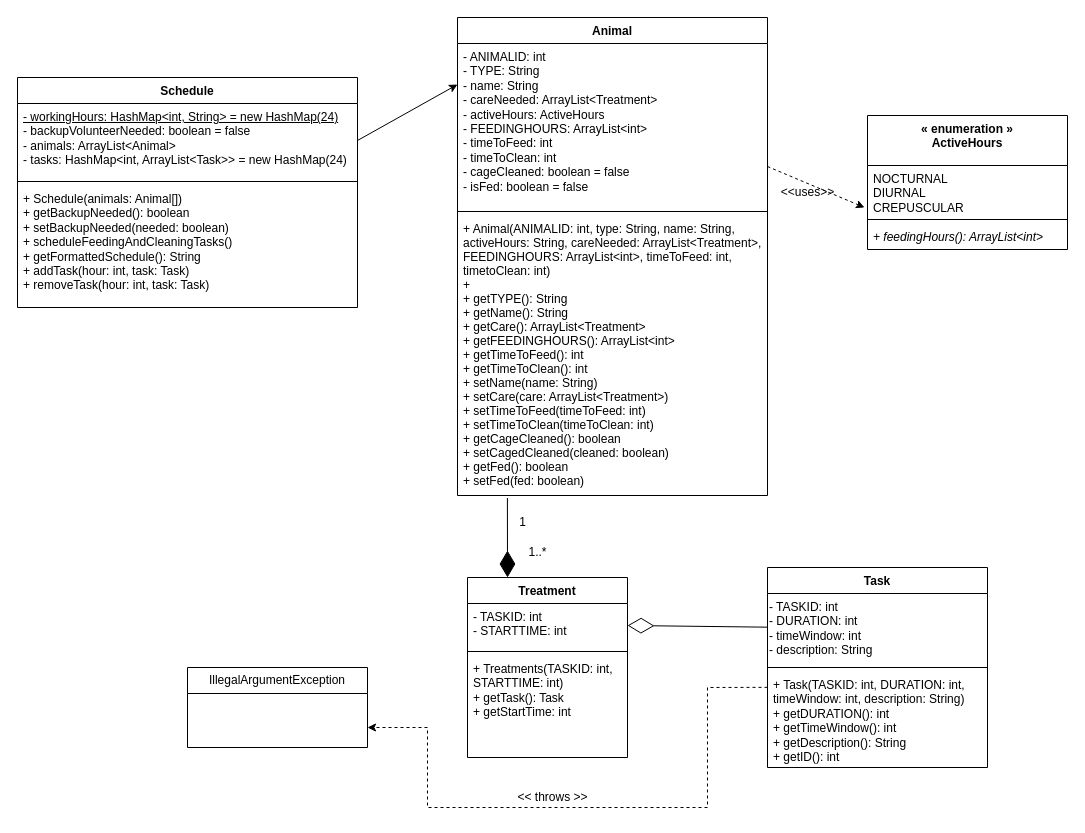
Above: 64.drawio in aryan-karadia/Mock-Schedule-Builder (draw.io), before the change. Source tidied: cells renumbered, new cells numbered last; positions are measured from the earlier drawing's top-left corner, leaving out a move shared by most shapes. Both pictures are drawn from the tidied source at 100%, with x=0, y=0 at pixel (17, 17).
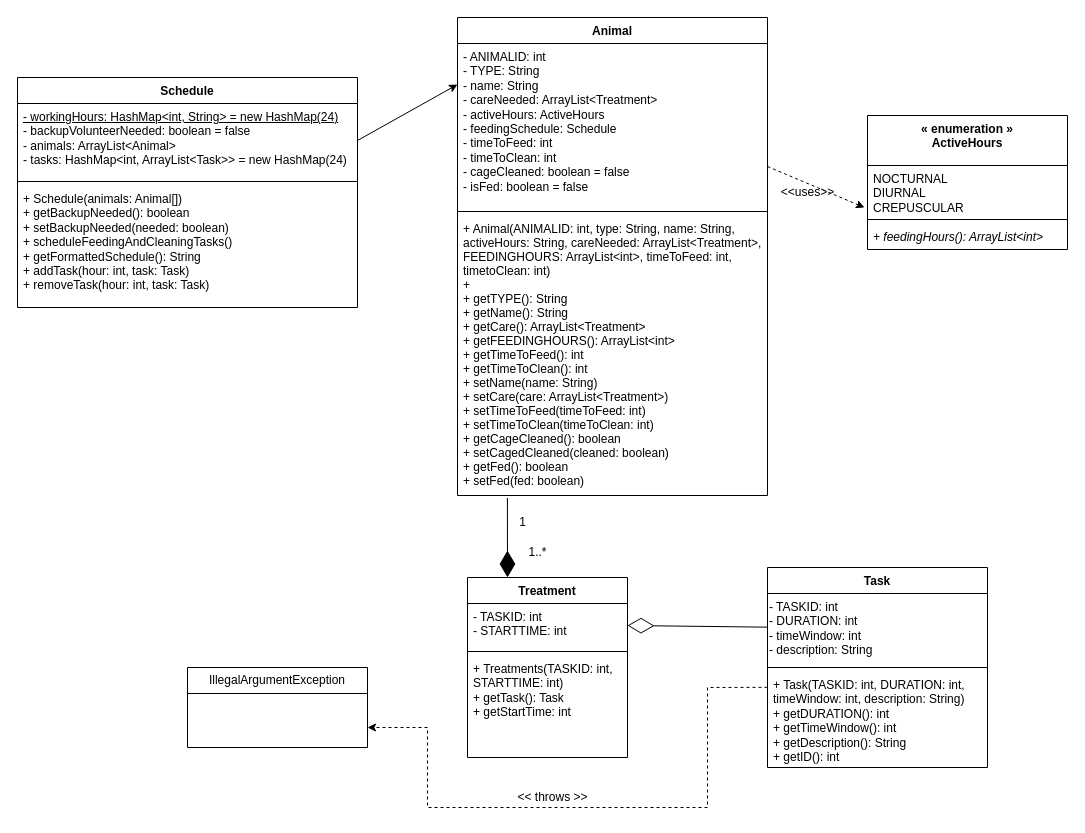
Above is the later version.

Commit message:
Animal Class: FEEDINGHOURS field has been replaced by a Schedule object, which contains the feeding schedule for the animal.

Unchanged cells that the change refers to:
```xml
<mxCell id="2" value="Animal" style="swimlane;fontStyle=1;align=center;verticalAlign=top;horizontal=1;startSize=26;" parent="1" vertex="1">
  <mxGeometry x="440" width="310" height="478" as="geometry" />
</mxCell>
```

Change to the diagram source:
```diff
@@
-    <mxCell id="3" value="&lt;span style=&quot;font-family: Helvetica; font-size: 12px; font-style: normal; font-variant-ligatures: normal; font-variant-caps: normal; font-weight: 400; letter-spacing: normal; orphans: 2; text-align: left; text-indent: 0px; text-transform: none; widows: 2; word-spacing: 0px; -webkit-text-stroke-width: 0px; text-decoration-thickness: initial; text-decoration-style: initial; text-decoration-color: initial; float: none; display: inline !important;&quot;&gt;- ANIMALID: int&lt;br&gt;- TYPE: String&lt;br&gt;- name: String&lt;br&gt;- careNeeded: ArrayList&amp;lt;Treatment&amp;gt;&lt;br&gt;- activeHours: ActiveHours&lt;br&gt;- FEEDINGHOURS: ArrayList&amp;lt;int&amp;gt;&lt;br&gt;- timeToFeed: int&lt;br&gt;- timeToClean: int&lt;br&gt;- cageCleaned: boolean = false&lt;br&gt;- isFed: boolean = false&lt;br&gt;&lt;br&gt;&lt;/span&gt;" style="text;whiteSpace=wrap;html=1;labelBackgroundColor=none;fontColor=default;spacingLeft=4;spacingRight=4;fontStyle=0;" parent="2" vertex="1">
+    <mxCell id="3" value="&lt;span style=&quot;font-family: Helvetica; font-size: 12px; font-style: normal; font-variant-ligatures: normal; font-variant-caps: normal; font-weight: 400; letter-spacing: normal; orphans: 2; text-align: left; text-indent: 0px; text-transform: none; widows: 2; word-spacing: 0px; -webkit-text-stroke-width: 0px; text-decoration-thickness: initial; text-decoration-style: initial; text-decoration-color: initial; float: none; display: inline !important;&quot;&gt;- ANIMALID: int&lt;br&gt;- TYPE: String&lt;br&gt;- name: String&lt;br&gt;- careNeeded: ArrayList&amp;lt;Treatment&amp;gt;&lt;br&gt;- activeHours: ActiveHours&lt;br&gt;- feedingSchedule: Schedule&lt;br&gt;- timeToFeed: int&lt;br&gt;- timeToClean: int&lt;br&gt;- cageCleaned: boolean = false&lt;br&gt;- isFed: boolean = false&lt;br&gt;&lt;br&gt;&lt;/span&gt;" style="text;whiteSpace=wrap;html=1;labelBackgroundColor=none;fontColor=default;spacingLeft=4;spacingRight=4;fontStyle=0;" parent="2" vertex="1">
       <mxGeometry y="26" width="310" height="164" as="geometry" />
     </mxCell>
```
